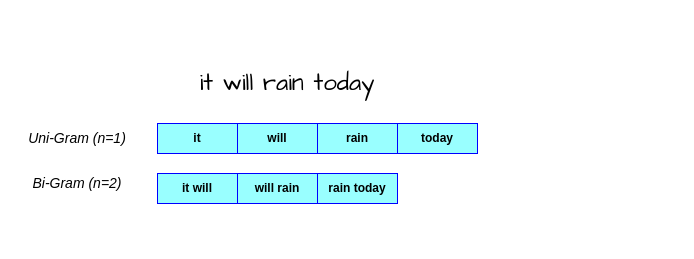
Earlier version of the draw.io diagram data/draw_io_diag/tokenization_n_gram.drawio (mynkpl1998/hugo-blog). Source tidied: cells renumbered, new cells numbered last; positions are measured from the earlier drawing's top-left corner, leaving out a move shared by most shapes. Both pictures are drawn from the tidied source at 100%, with x=0, y=0 at pixel (17, 73).
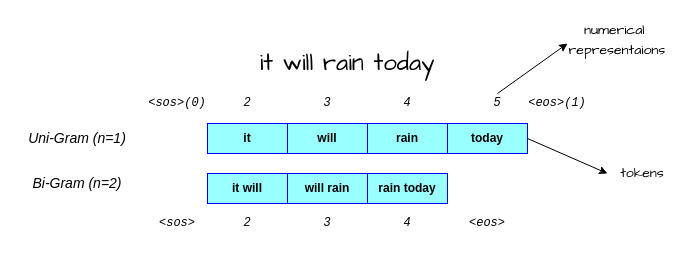
After the change.

The edit, as a diff of the source:
```diff
@@
+    <mxCell id="13" style="group;" parent="1" vertex="1">
+      <mxGeometry y="-30" width="660" height="190" as="geometry" />
+    </mxCell>
-    <mxCell id="2" style="group;" parent="1" vertex="1">
-      <mxGeometry width="460" height="130" as="geometry" />
+    <mxCell id="2" style="group;" parent="13" vertex="1">
+      <mxGeometry y="30" width="460" height="130" as="geometry" />
     </mxCell>
-    <mxCell id="3" value="&lt;p&gt;&lt;font style=&quot;font-size: 24px&quot; face=&quot;Comic Sans MS&quot;&gt;it will rain today&lt;/font&gt;&lt;/p&gt;" style="text;html=1;strokeColor=none;fillColor=none;align=center;verticalAlign=middle;whiteSpace=wrap;rounded=0;" parent="2" vertex="1">
-      <mxGeometry x="160" width="220" height="20" as="geometry" />
-    </mxCell>
@@
     <mxCell id="5" value="&lt;b&gt;it&lt;/b&gt;" style="rounded=0;whiteSpace=wrap;html=1;strokeColor=#0000FF;fillColor=#99FFFF;" parent="2" vertex="1">
-      <mxGeometry x="140" y="50" width="80" height="30" as="geometry" />
+      <mxGeometry x="190" y="50" width="80" height="30" as="geometry" />
     </mxCell>
     <mxCell id="6" value="&lt;b&gt;will&lt;/b&gt;" style="rounded=0;whiteSpace=wrap;html=1;strokeColor=#0000FF;fillColor=#99FFFF;" parent="2" vertex="1">
-      <mxGeometry x="220" y="50" width="80" height="30" as="geometry" />
+      <mxGeometry x="270" y="50" width="80" height="30" as="geometry" />
     </mxCell>
     <mxCell id="7" value="&lt;b&gt;rain&lt;/b&gt;" style="rounded=0;whiteSpace=wrap;html=1;strokeColor=#0000FF;fillColor=#99FFFF;" parent="2" vertex="1">
-      <mxGeometry x="300" y="50" width="80" height="30" as="geometry" />
+      <mxGeometry x="350" y="50" width="80" height="30" as="geometry" />
     </mxCell>
     <mxCell id="8" value="&lt;b&gt;today&lt;/b&gt;" style="rounded=0;whiteSpace=wrap;html=1;strokeColor=#0000FF;fillColor=#99FFFF;" parent="2" vertex="1">
-      <mxGeometry x="380" y="50" width="80" height="30" as="geometry" />
+      <mxGeometry x="430" y="50" width="80" height="30" as="geometry" />
     </mxCell>
@@
     <mxCell id="10" value="&lt;b&gt;it will&lt;/b&gt;" style="rounded=0;whiteSpace=wrap;html=1;strokeColor=#0000FF;fillColor=#99FFFF;" parent="2" vertex="1">
-      <mxGeometry x="140" y="100" width="80" height="30" as="geometry" />
+      <mxGeometry x="190" y="100" width="80" height="30" as="geometry" />
     </mxCell>
     <mxCell id="11" value="&lt;b&gt;will rain&lt;/b&gt;" style="rounded=0;whiteSpace=wrap;html=1;strokeColor=#0000FF;fillColor=#99FFFF;" parent="2" vertex="1">
-      <mxGeometry x="220" y="100" width="80" height="30" as="geometry" />
+      <mxGeometry x="270" y="100" width="80" height="30" as="geometry" />
     </mxCell>
     <mxCell id="12" value="&lt;b&gt;rain today&lt;/b&gt;" style="rounded=0;whiteSpace=wrap;html=1;strokeColor=#0000FF;fillColor=#99FFFF;" parent="2" vertex="1">
-      <mxGeometry x="300" y="100" width="80" height="30" as="geometry" />
+      <mxGeometry x="350" y="100" width="80" height="30" as="geometry" />
     </mxCell>
+    <mxCell id="14" value="&lt;pre&gt;&lt;i&gt;&amp;lt;sos&amp;gt;(0)&lt;/i&gt;&lt;/pre&gt;" style="text;html=1;strokeColor=none;fillColor=none;align=center;verticalAlign=middle;whiteSpace=wrap;rounded=0;" parent="2" vertex="1">
+      <mxGeometry x="140" y="20" width="40" height="20" as="geometry" />
+    </mxCell>
+    <mxCell id="15" value="&lt;pre&gt;&lt;i&gt;2&lt;/i&gt;&lt;/pre&gt;" style="text;html=1;strokeColor=none;fillColor=none;align=center;verticalAlign=middle;whiteSpace=wrap;rounded=0;" parent="2" vertex="1">
+      <mxGeometry x="210" y="20" width="40" height="20" as="geometry" />
+    </mxCell>
+    <mxCell id="16" value="&lt;pre&gt;&lt;i&gt;3&lt;/i&gt;&lt;/pre&gt;" style="text;html=1;strokeColor=none;fillColor=none;align=center;verticalAlign=middle;whiteSpace=wrap;rounded=0;" parent="2" vertex="1">
+      <mxGeometry x="290" y="20" width="40" height="20" as="geometry" />
+    </mxCell>
+    <mxCell id="17" value="&lt;pre&gt;&lt;i&gt;4&lt;/i&gt;&lt;/pre&gt;" style="text;html=1;strokeColor=none;fillColor=none;align=center;verticalAlign=middle;whiteSpace=wrap;rounded=0;" parent="2" vertex="1">
+      <mxGeometry x="370" y="20" width="40" height="20" as="geometry" />
+    </mxCell>
+    <mxCell id="3" value="&lt;p&gt;&lt;font style=&quot;font-size: 24px&quot; face=&quot;Comic Sans MS&quot;&gt;it will rain today&lt;/font&gt;&lt;/p&gt;" style="text;html=1;strokeColor=none;fillColor=none;align=center;verticalAlign=middle;whiteSpace=wrap;rounded=0;" parent="13" vertex="1">
+      <mxGeometry x="220" y="10" width="220" height="20" as="geometry" />
+    </mxCell>
+    <mxCell id="18" value="&lt;pre&gt;&lt;i&gt;5&lt;/i&gt;&lt;/pre&gt;" style="text;html=1;strokeColor=none;fillColor=none;align=center;verticalAlign=middle;whiteSpace=wrap;rounded=0;" parent="13" vertex="1">
+      <mxGeometry x="460" y="50" width="40" height="20" as="geometry" />
+    </mxCell>
+    <mxCell id="19" value="&lt;pre&gt;&lt;i&gt;&amp;lt;eos&amp;gt;(1)&lt;/i&gt;&lt;/pre&gt;" style="text;html=1;strokeColor=none;fillColor=none;align=center;verticalAlign=middle;whiteSpace=wrap;rounded=0;" parent="13" vertex="1">
+      <mxGeometry x="520" y="50" width="40" height="20" as="geometry" />
+    </mxCell>
+    <mxCell id="20" value="&lt;pre&gt;&lt;i&gt;&amp;lt;sos&amp;gt;&lt;/i&gt;&lt;/pre&gt;" style="text;html=1;strokeColor=none;fillColor=none;align=center;verticalAlign=middle;whiteSpace=wrap;rounded=0;" parent="13" vertex="1">
+      <mxGeometry x="140" y="170" width="40" height="20" as="geometry" />
+    </mxCell>
+    <mxCell id="21" value="&lt;pre&gt;&lt;i&gt;2&lt;/i&gt;&lt;/pre&gt;" style="text;html=1;strokeColor=none;fillColor=none;align=center;verticalAlign=middle;whiteSpace=wrap;rounded=0;" parent="13" vertex="1">
+      <mxGeometry x="210" y="170" width="40" height="20" as="geometry" />
+    </mxCell>
+    <mxCell id="22" value="&lt;pre&gt;&lt;i&gt;3&lt;/i&gt;&lt;/pre&gt;" style="text;html=1;strokeColor=none;fillColor=none;align=center;verticalAlign=middle;whiteSpace=wrap;rounded=0;" parent="13" vertex="1">
+      <mxGeometry x="290" y="170" width="40" height="20" as="geometry" />
+    </mxCell>
+    <mxCell id="23" value="&lt;pre&gt;&lt;i&gt;4&lt;/i&gt;&lt;/pre&gt;" style="text;html=1;strokeColor=none;fillColor=none;align=center;verticalAlign=middle;whiteSpace=wrap;rounded=0;" parent="13" vertex="1">
+      <mxGeometry x="370" y="170" width="40" height="20" as="geometry" />
+    </mxCell>
+    <mxCell id="24" value="&lt;pre&gt;&lt;i&gt;&amp;lt;eos&amp;gt;&lt;/i&gt;&lt;/pre&gt;" style="text;html=1;strokeColor=none;fillColor=none;align=center;verticalAlign=middle;whiteSpace=wrap;rounded=0;" parent="13" vertex="1">
+      <mxGeometry x="450" y="170" width="40" height="20" as="geometry" />
+    </mxCell>
+    <mxCell id="25" style="endArrow=classic;html=1;exitX=1;exitY=0.5;exitDx=0;exitDy=0;" parent="13" edge="1" source="8">
+      <mxGeometry relative="1" as="geometry">
+        <mxPoint x="590" y="130" as="targetPoint" />
+      </mxGeometry>
+    </mxCell>
+    <mxCell id="26" value="&lt;p&gt;&lt;font style=&quot;font-size: 14px&quot; face=&quot;Comic Sans MS&quot;&gt;tokens&lt;/font&gt;&lt;/p&gt;" style="text;html=1;strokeColor=none;fillColor=none;align=center;verticalAlign=middle;whiteSpace=wrap;rounded=0;" parent="13" vertex="1">
+      <mxGeometry x="590" y="120" width="70" height="20" as="geometry" />
+    </mxCell>
+    <mxCell id="27" style="endArrow=classic;html=1;" parent="13" edge="1">
+      <mxGeometry relative="1" as="geometry">
+        <mxPoint x="480" y="50" as="sourcePoint" />
+        <mxPoint x="550" as="targetPoint" />
+      </mxGeometry>
+    </mxCell>
+    <mxCell id="28" value="&lt;p style=&quot;line-height: 0%&quot;&gt;&lt;font style=&quot;font-size: 14px&quot; face=&quot;Comic Sans MS&quot;&gt;numerical&amp;nbsp;&lt;/font&gt;&lt;/p&gt;&lt;p&gt;&lt;font style=&quot;font-size: 14px&quot; face=&quot;Comic Sans MS&quot;&gt;representaions&lt;/font&gt;&lt;/p&gt;" style="text;html=1;strokeColor=none;fillColor=none;align=center;verticalAlign=middle;whiteSpace=wrap;rounded=0;" parent="13" vertex="1">
+      <mxGeometry x="550" width="100" as="geometry" />
+    </mxCell>
```
